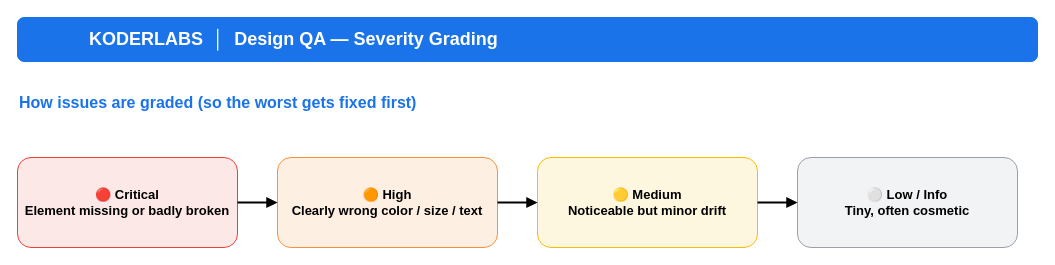
Before: page "3 · Severity Grading" (3 of 4) of design-qa-flow.drawio in Mohi3380/figma-design-qa, a draw.io diagram. Source tidied: cells renumbered, new cells numbered last; positions are measured from the earlier drawing's top-left corner, leaving out a move shared by most shapes. Both pictures are drawn from the tidied source at 100%, with x=0, y=0 at pixel (17, 17). Pictures stored in the file or linked from it are replaced by grey dashed boxes.
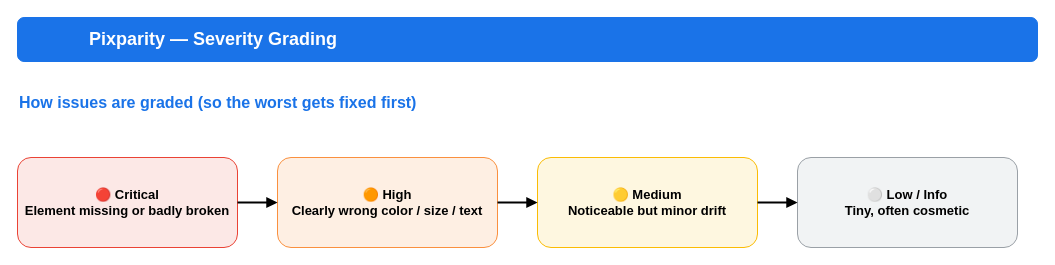
The same diagram, later.

Change to the diagram source:
```diff
@@
 <mxGraphModel>
   <root>
     <mxCell id="0" />
     <mxCell id="1" parent="0" />
     <mxCell id="2" style="fillColor=#E6E6E6;strokeColor=#999999;dashed=1;" parent="1" vertex="1">
       <mxGeometry x="12" y="3" width="34" height="38" as="geometry" />
     </mxCell>
-    <mxCell id="3" value="KODERLABS  │  Design QA — Severity Grading" style="rounded=1;whiteSpace=wrap;html=1;fillColor=#1a73e8;strokeColor=#1a73e8;fontColor=#ffffff;fontSize=18;fontStyle=1;align=left;spacingLeft=70;" parent="1" vertex="1">
+    <mxCell id="3" value="Pixparity — Severity Grading" style="rounded=1;whiteSpace=wrap;html=1;fillColor=#1a73e8;strokeColor=#1a73e8;fontColor=#ffffff;fontSize=18;fontStyle=1;align=left;spacingLeft=70;" parent="1" vertex="1">
       <mxGeometry width="1020" height="44" as="geometry" />
     </mxCell>
     <mxCell id="4" value="How issues are graded (so the worst gets fixed first)" style="text;html=1;align=left;verticalAlign=middle;fontSize=16;fontStyle=1;fontColor=#1a73e8;" parent="1" vertex="1">
       <mxGeometry y="70" width="700" height="30" as="geometry" />
     </mxCell>
     <mxCell id="5" value="🔴 Critical&#10;Element missing or badly broken" style="rounded=1;whiteSpace=wrap;html=1;fillColor=#FCE8E6;strokeColor=#EA4335;fontSize=13;fontStyle=1;" parent="1" vertex="1">
       <mxGeometry y="140" width="220" height="90" as="geometry" />
     </mxCell>
     <mxCell id="6" value="🟠 High&#10;Clearly wrong color / size / text" style="rounded=1;whiteSpace=wrap;html=1;fillColor=#FEEFE3;strokeColor=#FA903E;fontSize=13;fontStyle=1;" parent="1" vertex="1">
       <mxGeometry x="260" y="140" width="220" height="90" as="geometry" />
     </mxCell>
     <mxCell id="7" value="🟡 Medium&#10;Noticeable but minor drift" style="rounded=1;whiteSpace=wrap;html=1;fillColor=#FEF7E0;strokeColor=#FBBC04;fontSize=13;fontStyle=1;" parent="1" vertex="1">
       <mxGeometry x="520" y="140" width="220" height="90" as="geometry" />
     </mxCell>
     <mxCell id="8" value="⚪ Low / Info&#10;Tiny, often cosmetic" style="rounded=1;whiteSpace=wrap;html=1;fillColor=#F1F3F4;strokeColor=#9AA0A6;fontSize=13;fontStyle=1;" parent="1" vertex="1">
       <mxGeometry x="780" y="140" width="220" height="90" as="geometry" />
     </mxCell>
     <mxCell id="9" style="html=1;endArrow=block;strokeWidth=2;" parent="1" edge="1" source="5" target="6">
       <mxGeometry relative="1" as="geometry" />
     </mxCell>
     <mxCell id="10" style="html=1;endArrow=block;strokeWidth=2;" parent="1" edge="1" source="6" target="7">
       <mxGeometry relative="1" as="geometry" />
     </mxCell>
     <mxCell id="11" style="html=1;endArrow=block;strokeWidth=2;" parent="1" edge="1" source="7" target="8">
       <mxGeometry relative="1" as="geometry" />
     </mxCell>
   </root>
 </mxGraphModel>
```
